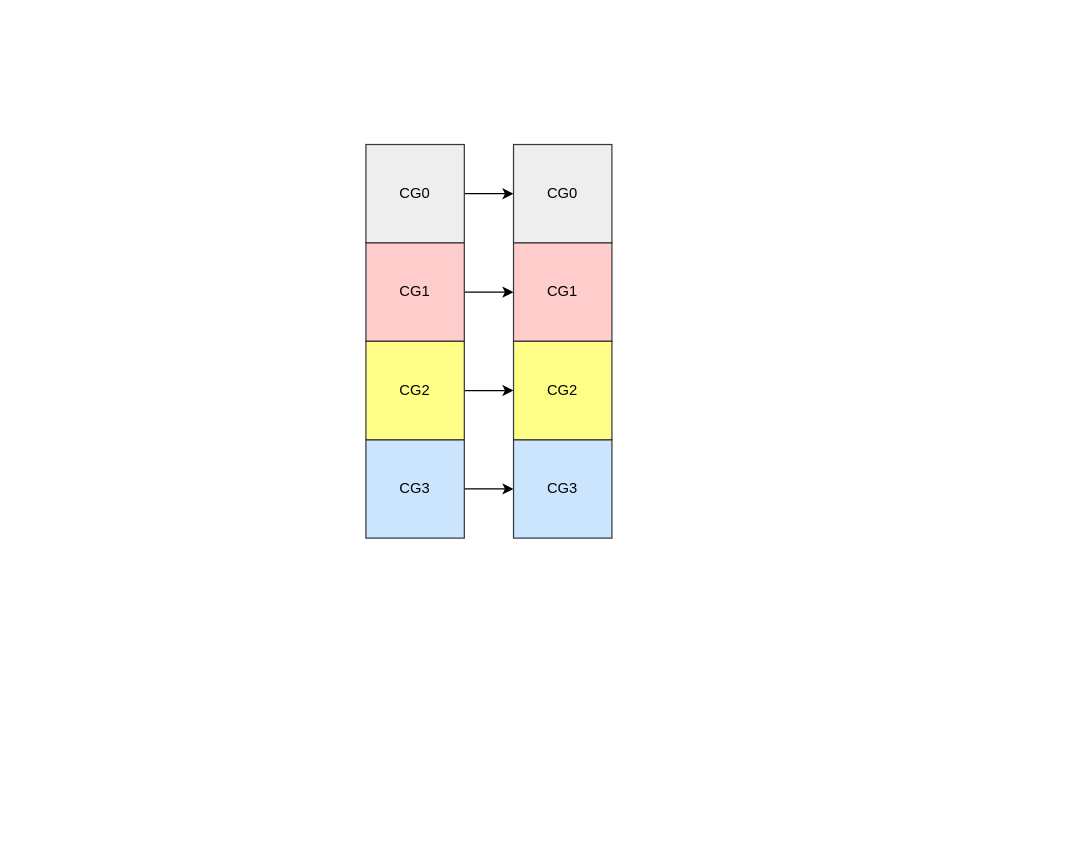
This is TCCL/device_sync_op_on_allreduce.drawio from BEYHHH/SBLP, a draw.io file, before an edit. Source tidied: cells renumbered, new cells numbered last; positions are measured from the earlier drawing's top-left corner, leaving out a move shared by most shapes. Both pictures are drawn from the tidied source at 123%, with x=0, y=0 at pixel (365, 144).
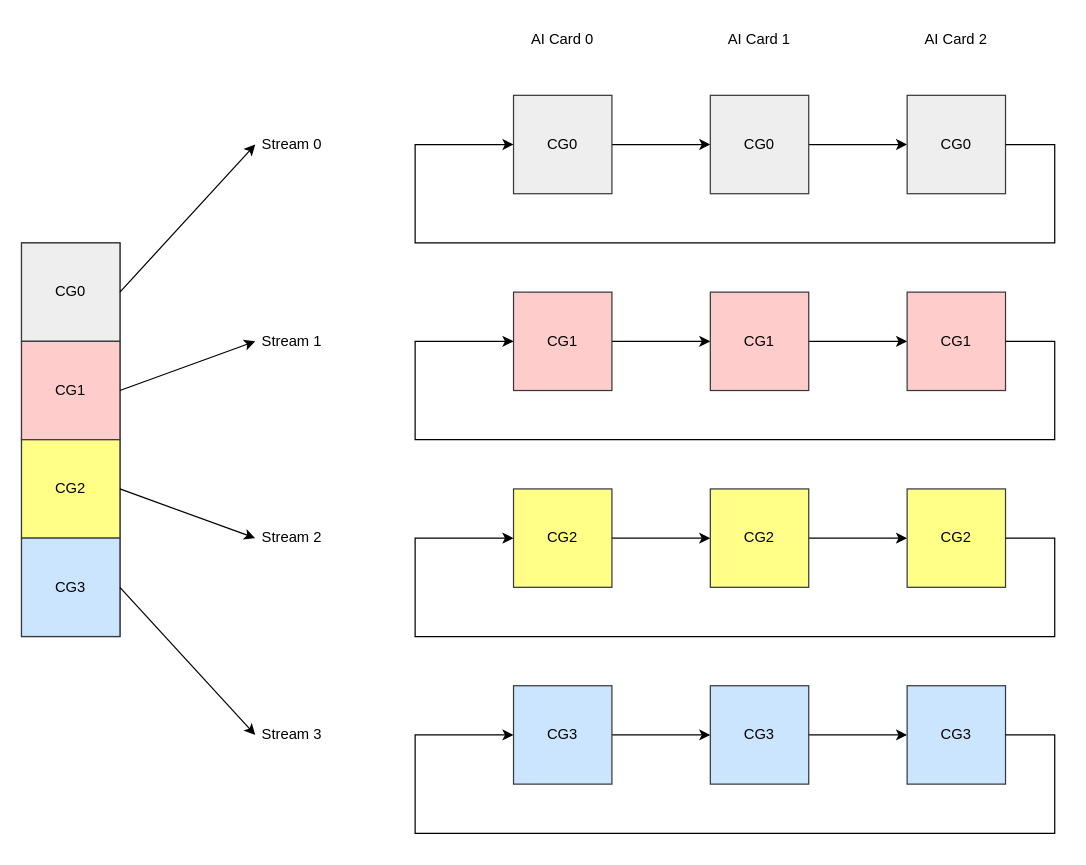
The same page after the edit.

Change to the diagram source:
```diff
@@
     <mxCell id="3" value="CG0" style="rounded=0;whiteSpace=wrap;html=1;fillColor=#eeeeee;strokeColor=#36393d;" parent="1" vertex="1">
-      <mxGeometry width="80" height="80" as="geometry" />
+      <mxGeometry x="120" y="-40" width="80" height="80" as="geometry" />
     </mxCell>
@@
     <mxCell id="5" value="CG3" style="rounded=0;whiteSpace=wrap;html=1;fillColor=#cce5ff;strokeColor=#36393d;" parent="1" vertex="1">
-      <mxGeometry y="240" width="80" height="80" as="geometry" />
+      <mxGeometry x="120" y="440" width="80" height="80" as="geometry" />
     </mxCell>
@@
     <mxCell id="7" value="CG1" style="rounded=0;whiteSpace=wrap;html=1;fillColor=#ffcccc;strokeColor=#36393d;" parent="1" vertex="1">
-      <mxGeometry y="80" width="80" height="80" as="geometry" />
+      <mxGeometry x="120" y="120" width="80" height="80" as="geometry" />
     </mxCell>
@@
     <mxCell id="9" value="CG2" style="rounded=0;whiteSpace=wrap;html=1;fillColor=#ffff88;strokeColor=#36393d;" parent="1" vertex="1">
-      <mxGeometry y="160" width="80" height="80" as="geometry" />
+      <mxGeometry x="120" y="280" width="80" height="80" as="geometry" />
     </mxCell>
+    <mxCell id="14" style="edgeStyle=orthogonalEdgeStyle;rounded=0;jettySize=auto;html=1;" parent="1" edge="1" source="10" target="18">
+      <mxGeometry relative="1" as="geometry" />
+    </mxCell>
     <mxCell id="10" value="CG0" style="rounded=0;whiteSpace=wrap;html=1;fillColor=#eeeeee;strokeColor=#36393d;" parent="1" vertex="1">
-      <mxGeometry x="120" width="80" height="80" as="geometry" />
+      <mxGeometry x="280" y="-40" width="80" height="80" as="geometry" />
     </mxCell>
+    <mxCell id="15" style="edgeStyle=orthogonalEdgeStyle;rounded=0;jettySize=auto;html=1;" parent="1" edge="1" source="11" target="19">
+      <mxGeometry relative="1" as="geometry" />
+    </mxCell>
     <mxCell id="11" value="CG3" style="rounded=0;whiteSpace=wrap;html=1;fillColor=#cce5ff;strokeColor=#36393d;" parent="1" vertex="1">
-      <mxGeometry x="120" y="240" width="80" height="80" as="geometry" />
+      <mxGeometry x="280" y="440" width="80" height="80" as="geometry" />
     </mxCell>
+    <mxCell id="16" style="edgeStyle=orthogonalEdgeStyle;rounded=0;jettySize=auto;html=1;" parent="1" edge="1" source="12" target="20">
+      <mxGeometry relative="1" as="geometry" />
+    </mxCell>
     <mxCell id="12" value="CG1" style="rounded=0;whiteSpace=wrap;html=1;fillColor=#ffcccc;strokeColor=#36393d;" parent="1" vertex="1">
-      <mxGeometry x="120" y="80" width="80" height="80" as="geometry" />
+      <mxGeometry x="280" y="120" width="80" height="80" as="geometry" />
     </mxCell>
+    <mxCell id="17" style="edgeStyle=orthogonalEdgeStyle;rounded=0;jettySize=auto;html=1;" parent="1" edge="1" source="13" target="21">
+      <mxGeometry relative="1" as="geometry" />
+    </mxCell>
     <mxCell id="13" value="CG2" style="rounded=0;whiteSpace=wrap;html=1;fillColor=#ffff88;strokeColor=#36393d;" parent="1" vertex="1">
-      <mxGeometry x="120" y="160" width="80" height="80" as="geometry" />
+      <mxGeometry x="280" y="280" width="80" height="80" as="geometry" />
     </mxCell>
+    <mxCell id="18" value="CG0" style="rounded=0;whiteSpace=wrap;html=1;fillColor=#eeeeee;strokeColor=#36393d;" parent="1" vertex="1">
+      <mxGeometry x="440" y="-40" width="80" height="80" as="geometry" />
+    </mxCell>
+    <mxCell id="19" value="CG3" style="rounded=0;whiteSpace=wrap;html=1;fillColor=#cce5ff;strokeColor=#36393d;" parent="1" vertex="1">
+      <mxGeometry x="440" y="440" width="80" height="80" as="geometry" />
+    </mxCell>
+    <mxCell id="20" value="CG1" style="rounded=0;whiteSpace=wrap;html=1;fillColor=#ffcccc;strokeColor=#36393d;" parent="1" vertex="1">
+      <mxGeometry x="440" y="120" width="80" height="80" as="geometry" />
+    </mxCell>
+    <mxCell id="21" value="CG2" style="rounded=0;whiteSpace=wrap;html=1;fillColor=#ffff88;strokeColor=#36393d;" parent="1" vertex="1">
+      <mxGeometry x="440" y="280" width="80" height="80" as="geometry" />
+    </mxCell>
+    <mxCell id="22" value="Stream 0" style="text;html=1;strokeColor=none;fillColor=none;align=center;verticalAlign=middle;whiteSpace=wrap;rounded=0;" parent="1" vertex="1">
+      <mxGeometry x="-90" y="-15" width="60" height="30" as="geometry" />
+    </mxCell>
+    <mxCell id="23" value="Stream 1" style="text;html=1;strokeColor=none;fillColor=none;align=center;verticalAlign=middle;whiteSpace=wrap;rounded=0;" parent="1" vertex="1">
+      <mxGeometry x="-90" y="145" width="60" height="30" as="geometry" />
+    </mxCell>
+    <mxCell id="24" value="Stream 2" style="text;html=1;strokeColor=none;fillColor=none;align=center;verticalAlign=middle;whiteSpace=wrap;rounded=0;" parent="1" vertex="1">
+      <mxGeometry x="-90" y="305" width="60" height="30" as="geometry" />
+    </mxCell>
+    <mxCell id="25" value="Stream 3" style="text;html=1;strokeColor=none;fillColor=none;align=center;verticalAlign=middle;whiteSpace=wrap;rounded=0;" parent="1" vertex="1">
+      <mxGeometry x="-90" y="465" width="60" height="30" as="geometry" />
+    </mxCell>
+    <mxCell id="26" value="AI Card 0" style="text;html=1;strokeColor=none;fillColor=none;align=center;verticalAlign=middle;whiteSpace=wrap;rounded=0;" parent="1" vertex="1">
+      <mxGeometry x="130" y="-100" width="60" height="30" as="geometry" />
+    </mxCell>
+    <mxCell id="27" value="AI Card 1" style="text;html=1;strokeColor=none;fillColor=none;align=center;verticalAlign=middle;whiteSpace=wrap;rounded=0;" parent="1" vertex="1">
+      <mxGeometry x="290" y="-100" width="60" height="30" as="geometry" />
+    </mxCell>
+    <mxCell id="28" value="AI Card 2" style="text;html=1;strokeColor=none;fillColor=none;align=center;verticalAlign=middle;whiteSpace=wrap;rounded=0;" parent="1" vertex="1">
+      <mxGeometry x="450" y="-100" width="60" height="30" as="geometry" />
+    </mxCell>
+    <mxCell id="29" style="endArrow=classic;html=1;rounded=0;exitX=1;exitY=0.5;exitDx=0;exitDy=0;entryX=0;entryY=0.5;entryDx=0;entryDy=0;" parent="1" edge="1" source="18" target="3">
+      <mxGeometry relative="1" as="geometry">
+        <Array as="points">
+          <mxPoint x="560" />
+          <mxPoint x="560" y="80" />
+          <mxPoint x="40" y="80" />
+          <mxPoint x="40" />
+        </Array>
+      </mxGeometry>
+    </mxCell>
+    <mxCell id="30" style="endArrow=classic;html=1;rounded=0;exitX=1;exitY=0.5;exitDx=0;exitDy=0;entryX=0;entryY=0.5;entryDx=0;entryDy=0;" parent="1" edge="1">
+      <mxGeometry relative="1" as="geometry">
+        <mxPoint x="520" y="160" as="sourcePoint" />
+        <mxPoint x="120" y="160" as="targetPoint" />
+        <Array as="points">
+          <mxPoint x="560" y="160" />
+          <mxPoint x="560" y="240" />
+          <mxPoint x="40" y="240" />
+          <mxPoint x="40" y="160" />
+        </Array>
+      </mxGeometry>
+    </mxCell>
+    <mxCell id="31" style="endArrow=classic;html=1;rounded=0;exitX=1;exitY=0.5;exitDx=0;exitDy=0;entryX=0;entryY=0.5;entryDx=0;entryDy=0;" parent="1" edge="1">
+      <mxGeometry relative="1" as="geometry">
+        <mxPoint x="520" y="320" as="sourcePoint" />
+        <mxPoint x="120" y="320" as="targetPoint" />
+        <Array as="points">
+          <mxPoint x="560" y="320" />
+          <mxPoint x="560" y="400" />
+          <mxPoint x="40" y="400" />
+          <mxPoint x="40" y="320" />
+        </Array>
+      </mxGeometry>
+    </mxCell>
+    <mxCell id="32" style="endArrow=classic;html=1;rounded=0;exitX=1;exitY=0.5;exitDx=0;exitDy=0;entryX=0;entryY=0.5;entryDx=0;entryDy=0;" parent="1" edge="1">
+      <mxGeometry relative="1" as="geometry">
+        <mxPoint x="520" y="480" as="sourcePoint" />
+        <mxPoint x="120" y="480" as="targetPoint" />
+        <Array as="points">
+          <mxPoint x="560" y="480" />
+          <mxPoint x="560" y="560" />
+          <mxPoint x="40" y="560" />
+          <mxPoint x="40" y="480" />
+        </Array>
+      </mxGeometry>
+    </mxCell>
+    <mxCell id="33" style="rounded=0;whiteSpace=wrap;html=1;" parent="1" vertex="1">
+      <mxGeometry x="-280" y="80" width="80" height="320" as="geometry" />
+    </mxCell>
+    <mxCell id="34" value="CG0" style="rounded=0;whiteSpace=wrap;html=1;fillColor=#eeeeee;strokeColor=#36393d;" parent="1" vertex="1">
+      <mxGeometry x="-280" y="80" width="80" height="80" as="geometry" />
+    </mxCell>
+    <mxCell id="35" value="CG1" style="rounded=0;whiteSpace=wrap;html=1;fillColor=#ffcccc;strokeColor=#36393d;" parent="1" vertex="1">
+      <mxGeometry x="-280" y="160" width="80" height="80" as="geometry" />
+    </mxCell>
+    <mxCell id="36" value="CG2" style="rounded=0;whiteSpace=wrap;html=1;fillColor=#ffff88;strokeColor=#36393d;" parent="1" vertex="1">
+      <mxGeometry x="-280" y="240" width="80" height="80" as="geometry" />
+    </mxCell>
+    <mxCell id="37" value="CG3" style="rounded=0;whiteSpace=wrap;html=1;fillColor=#cce5ff;strokeColor=#36393d;" parent="1" vertex="1">
+      <mxGeometry x="-280" y="320" width="80" height="80" as="geometry" />
+    </mxCell>
+    <mxCell id="38" style="endArrow=classic;html=1;rounded=0;entryX=0;entryY=0.5;entryDx=0;entryDy=0;exitX=1;exitY=0.5;exitDx=0;exitDy=0;" parent="1" edge="1" source="34" target="22">
+      <mxGeometry relative="1" as="geometry" />
+    </mxCell>
+    <mxCell id="39" style="endArrow=classic;html=1;rounded=0;entryX=0;entryY=0.5;entryDx=0;entryDy=0;exitX=1;exitY=0.5;exitDx=0;exitDy=0;" parent="1" edge="1" source="35" target="23">
+      <mxGeometry relative="1" as="geometry" />
+    </mxCell>
+    <mxCell id="40" style="endArrow=classic;html=1;rounded=0;entryX=0;entryY=0.5;entryDx=0;entryDy=0;exitX=1;exitY=0.5;exitDx=0;exitDy=0;" parent="1" edge="1" source="36" target="24">
+      <mxGeometry relative="1" as="geometry" />
+    </mxCell>
+    <mxCell id="41" style="endArrow=classic;html=1;rounded=0;entryX=0;entryY=0.5;entryDx=0;entryDy=0;exitX=1;exitY=0.5;exitDx=0;exitDy=0;" parent="1" edge="1" source="37" target="25">
+      <mxGeometry relative="1" as="geometry" />
+    </mxCell>
```
